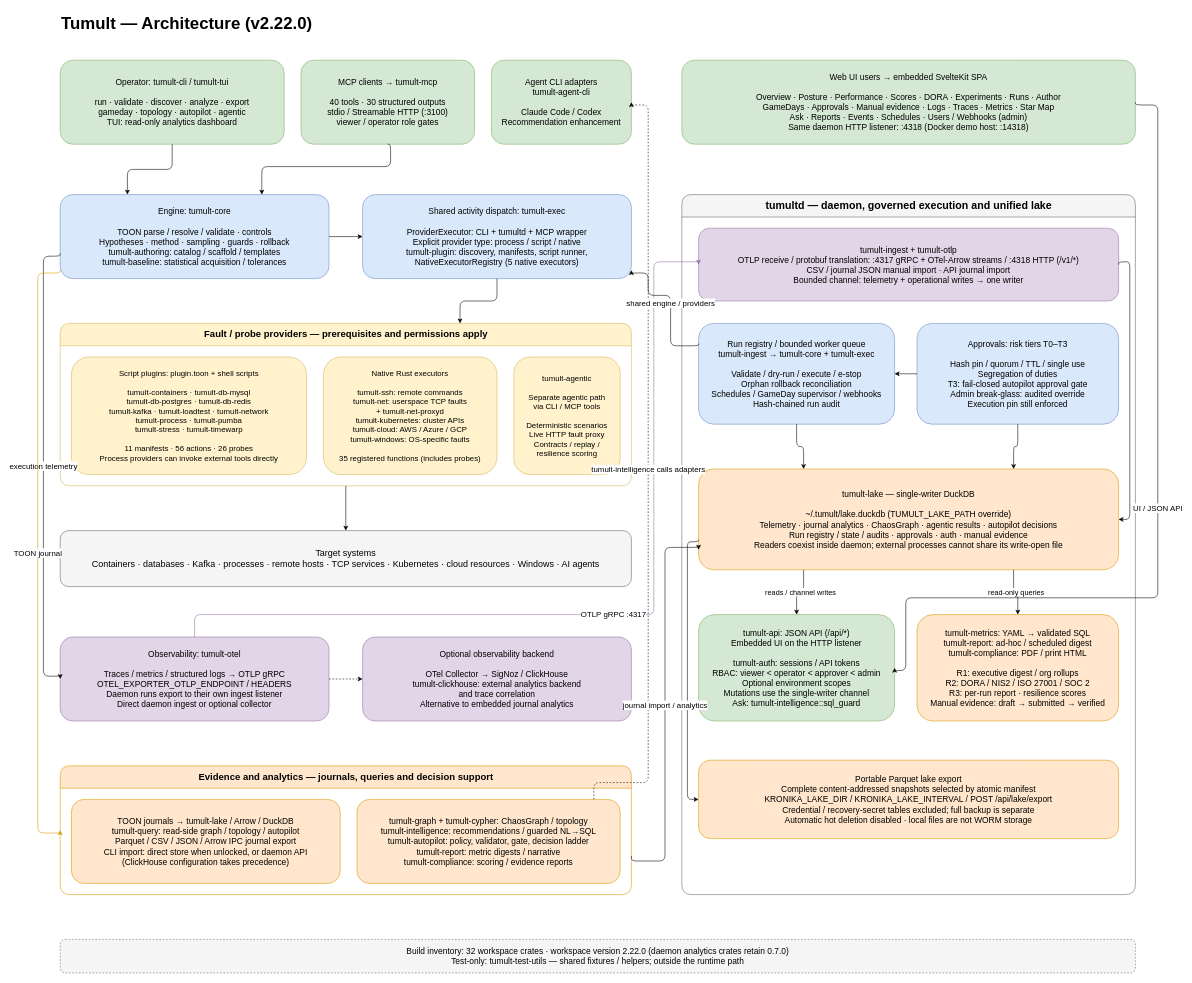
Above: page "High-Level Architecture" (1 of 3) of docs/architecture/tumult-architecture.drawio in mwigge/tumult (draw.io), before the change. Source tidied: cells renumbered, new cells numbered last; positions are measured from the earlier drawing's top-left corner, leaving out a move shared by most shapes. Both pictures are drawn from the tidied source at 56%, with x=0, y=0 at pixel (38, 10).
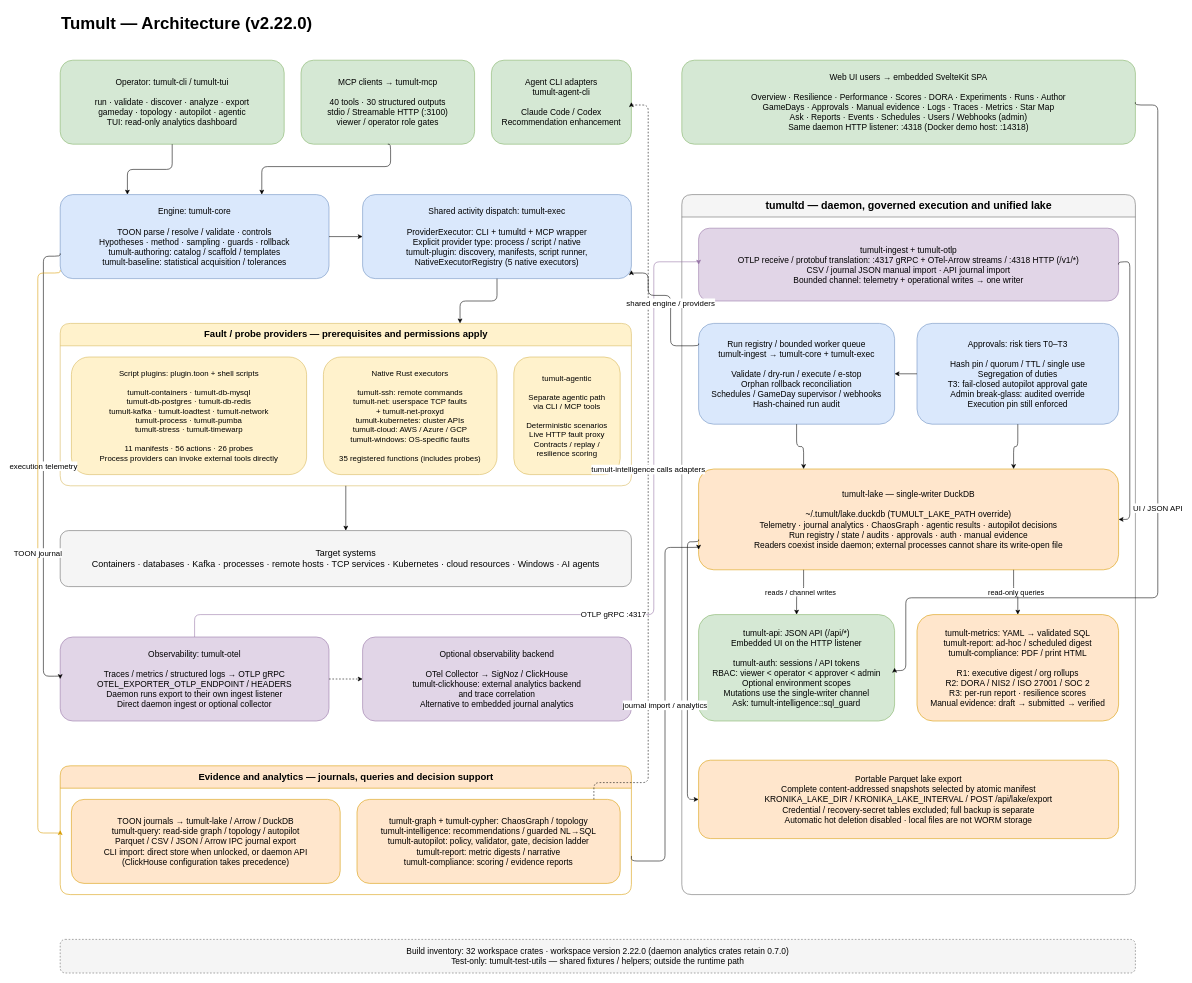
After the change.

Diff of the diagram source:
```diff
@@
-    <mxCell id="6" value="Web UI users → embedded SvelteKit SPA&#10;&#10;Overview · Posture · Performance · Scores · DORA · Experiments · Runs · Author&#10;GameDays · Approvals · Manual evidence · Logs · Traces · Metrics · Star Map&#10;Ask · Reports · Events · Schedules · Users / Webhooks (admin)&#10;Same daemon HTTP listener: :4318 (Docker demo host: :14318)" style="rounded=1;whiteSpace=wrap;html=1;fillColor=#d5e8d4;strokeColor=#82b366;fontSize=15;spacing=12;" parent="1" vertex="1">
+    <mxCell id="6" value="Web UI users → embedded SvelteKit SPA&#10;&#10;Overview · Resilience · Performance · Scores · DORA · Experiments · Runs · Author&#10;GameDays · Approvals · Manual evidence · Logs · Traces · Metrics · Star Map&#10;Ask · Reports · Events · Schedules · Users / Webhooks (admin)&#10;Same daemon HTTP listener: :4318 (Docker demo host: :14318)" style="rounded=1;whiteSpace=wrap;html=1;fillColor=#d5e8d4;strokeColor=#82b366;fontSize=15;spacing=12;" parent="1" vertex="1">
       <mxGeometry x="1150" y="90" width="810" height="150" as="geometry" />
     </mxCell>
```
